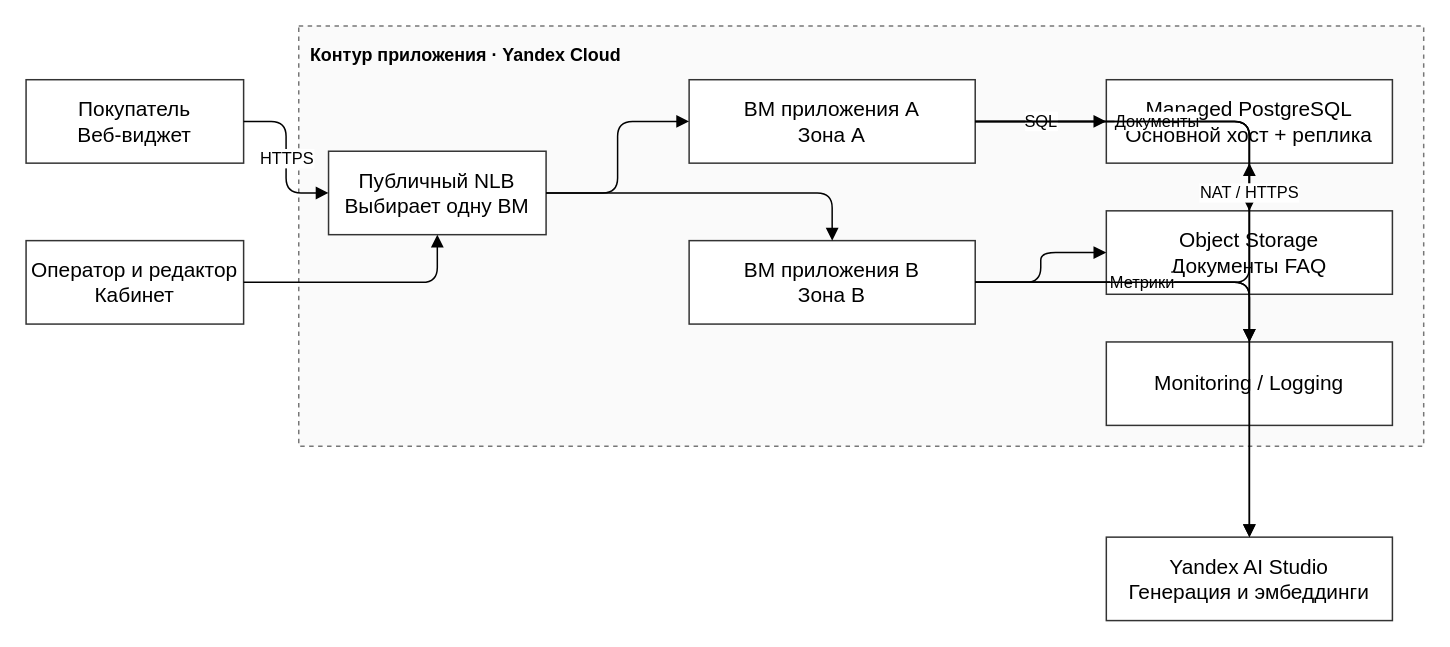
Roman-Elchiyan/2026_2027-cloud-platforms-as-the-basis-of-technology-entrepreneurship-u4225-Elchiyan_R_R keeps this draw.io diagram as page "Production с API" (3 of 4) of lab4/diagrams/faq-ai.drawio. Above is the earlier version. Source tidied: cells renumbered, new cells numbered last; positions are measured from the earlier drawing's top-left corner, leaving out a move shared by most shapes. Both pictures are drawn from the tidied source at 149%, with x=0, y=0 at pixel (25, 25).
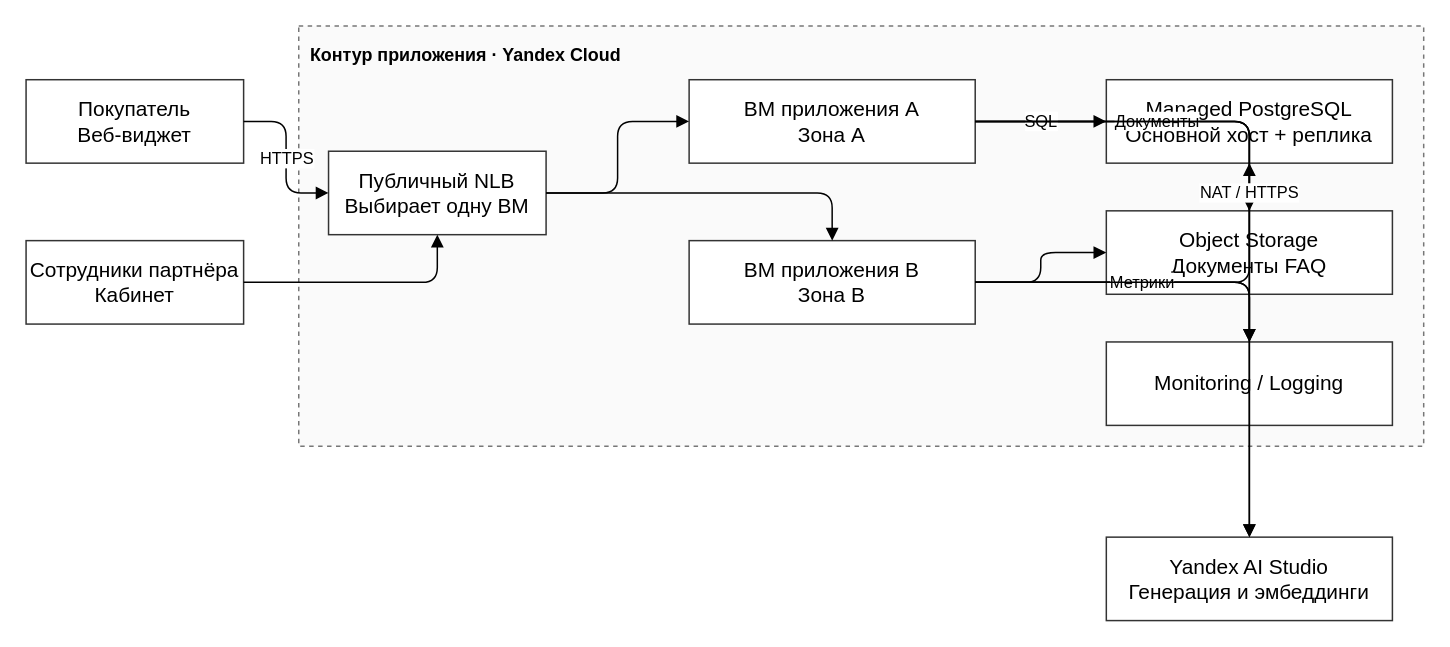
The same diagram, later.

Change to the diagram source:
```diff
@@
-    <mxCell id="10" value="Оператор и редактор&lt;br&gt;Кабинет" style="whiteSpace=wrap;html=1;fillColor=#ffffff;strokeColor=#333333;fontSize=14;" parent="1" vertex="1">
+    <mxCell id="10" value="Сотрудники партнёра&lt;br&gt;Кабинет" style="whiteSpace=wrap;html=1;fillColor=#ffffff;strokeColor=#333333;fontSize=14;" parent="1" vertex="1">
       <mxGeometry y="144" width="146" height="56" as="geometry" />
     </mxCell>
```
